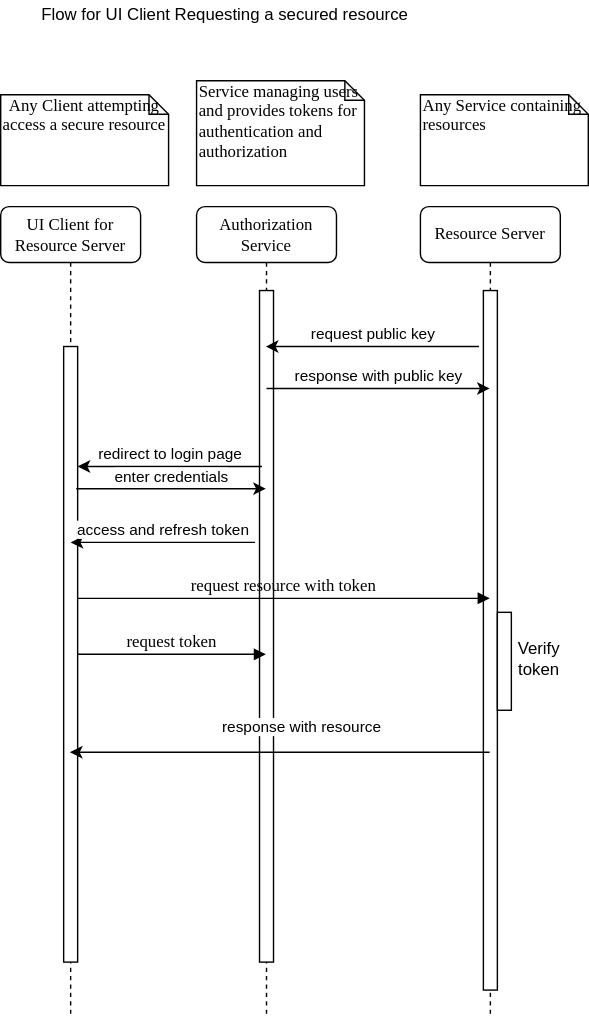
Above: images/AuthorizationServiceFlow.svg in opencarrentalproject/enduser-service (draw.io), before the change. Source tidied: cells renumbered, new cells last; positions are measured from the earlier drawing's top-left corner, leaving out a move shared by most shapes.
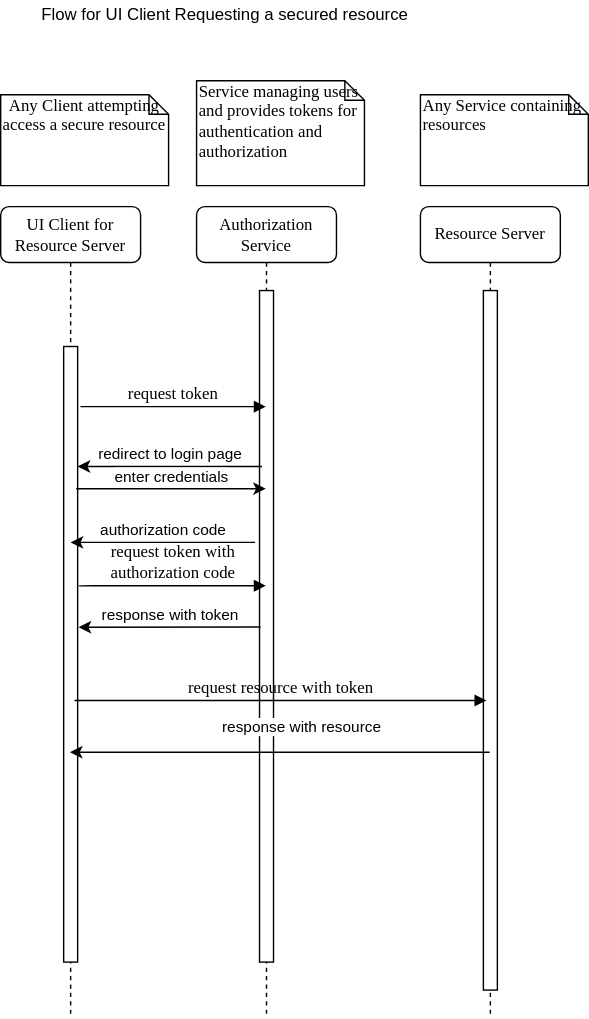
The same diagram one commit later.

The edit, as a diff of the source:
```diff
@@ -20,23 +20,20 @@
     <mxCell id="7" style="html=1;points=[];perimeter=orthogonalPerimeter;rounded=0;shadow=0;comic=0;labelBackgroundColor=none;strokeWidth=1;fontFamily=Verdana;fontSize=12;align=center;" parent="6" vertex="1">
       <mxGeometry x="45" y="100" width="10" height="440" as="geometry" />
     </mxCell>
-    <mxCell id="8" value="request resource with token" style="html=1;verticalAlign=bottom;endArrow=block;labelBackgroundColor=none;fontFamily=Verdana;fontSize=12;" parent="1" edge="1" source="7" target="4">
+    <mxCell id="8" value="request resource with token" style="html=1;verticalAlign=bottom;endArrow=block;labelBackgroundColor=none;fontFamily=Verdana;fontSize=12;" parent="1" edge="1">
       <mxGeometry relative="1" as="geometry">
+        <mxPoint x="52.8" y="500" as="sourcePoint" />
+        <mxPoint x="347.2" y="500" as="targetPoint" />
         <Array as="points">
-          <mxPoint x="70" y="427" />
+          <mxPoint x="67.8" y="500" />
         </Array>
       </mxGeometry>
     </mxCell>
-    <mxCell id="9" value="request token" style="html=1;verticalAlign=bottom;endArrow=block;labelBackgroundColor=none;fontFamily=Verdana;fontSize=12;edgeStyle=elbowEdgeStyle;elbow=vertical;" parent="1" edge="1" source="7" target="2">
+    <mxCell id="9" value="request token" style="html=1;verticalAlign=bottom;endArrow=block;labelBackgroundColor=none;fontFamily=Verdana;fontSize=12;edgeStyle=elbowEdgeStyle;elbow=vertical;" parent="1" edge="1" target="2">
       <mxGeometry relative="1" as="geometry">
-        <Array as="points">
-          <mxPoint x="150" y="287" />
-        </Array>
+        <mxPoint x="57" y="290" as="sourcePoint" />
       </mxGeometry>
     </mxCell>
-    <mxCell id="10" style="html=1;perimeter=orthogonalPerimeter;rounded=0;shadow=0;comic=0;labelBackgroundColor=none;strokeWidth=1;fontFamily=Verdana;fontSize=12;align=center;" parent="1" vertex="1">
-      <mxGeometry x="355" y="437" width="10" height="70" as="geometry" />
-    </mxCell>
     <mxCell id="11" value="Any Client attempting access a secure resource" style="shape=note;whiteSpace=wrap;html=1;size=14;verticalAlign=top;align=center;spacingTop=-6;rounded=0;shadow=0;comic=0;labelBackgroundColor=none;strokeWidth=1;fontFamily=Verdana;fontSize=12;" parent="1" vertex="1">
       <mxGeometry y="67" width="120" height="65" as="geometry" />
     </mxCell>
@@ -52,7 +49,7 @@
     <mxCell id="15" value="enter credentials" style="endArrow=classic;html=1;exitX=0.9;exitY=0.231;exitDx=0;exitDy=0;exitPerimeter=0;labelPosition=center;verticalLabelPosition=top;align=center;verticalAlign=bottom;" parent="1" edge="1" source="7" target="2">
       <mxGeometry relative="1" as="geometry" />
     </mxCell>
-    <mxCell id="16" value="access and refresh token" style="endArrow=classic;html=1;exitX=0.18;exitY=0.262;exitDx=0;exitDy=0;exitPerimeter=0;labelPosition=center;verticalLabelPosition=top;align=center;verticalAlign=bottom;" parent="1" edge="1">
+    <mxCell id="16" value="authorization code" style="endArrow=classic;html=1;exitX=0.18;exitY=0.262;exitDx=0;exitDy=0;exitPerimeter=0;labelPosition=center;verticalLabelPosition=top;align=center;verticalAlign=bottom;" parent="1" edge="1">
       <mxGeometry relative="1" as="geometry">
         <mxPoint x="181.8" y="387" as="sourcePoint" />
         <mxPoint x="50" y="387" as="targetPoint" />
@@ -68,18 +65,11 @@
     <mxCell id="18" value="Flow for UI Client Requesting a secured resource" style="text;html=1;align=center;verticalAlign=middle;" parent="1" vertex="1">
       <mxGeometry x="20" width="280" height="20" as="geometry" />
     </mxCell>
-    <mxCell id="19" value="request public key" style="endArrow=classic;html=1;exitX=0.18;exitY=0.262;exitDx=0;exitDy=0;exitPerimeter=0;labelPosition=center;verticalLabelPosition=top;align=center;verticalAlign=bottom;" parent="1" edge="1" target="2">
-      <mxGeometry relative="1" as="geometry">
-        <mxPoint x="341.8" y="247" as="sourcePoint" />
-      </mxGeometry>
-    </mxCell>
-    <mxCell id="20" value="response with public key" style="endArrow=classic;html=1;exitX=0.9;exitY=0.231;exitDx=0;exitDy=0;exitPerimeter=0;labelPosition=center;verticalLabelPosition=top;align=center;verticalAlign=bottom;" parent="1" edge="1" target="4">
-      <mxGeometry relative="1" as="geometry">
-        <mxPoint x="190" y="277" as="sourcePoint" />
-      </mxGeometry>
-    </mxCell>
-    <mxCell id="21" value="Verify token" style="text;html=1;strokeColor=none;fillColor=none;align=center;verticalAlign=middle;whiteSpace=wrap;rounded=0;" parent="1" vertex="1">
-      <mxGeometry x="365" y="460" width="40" height="20" as="geometry" />
-    </mxCell>
+    <mxCell id="22" value="request token with&lt;br&gt;authorization code" style="html=1;verticalAlign=bottom;endArrow=block;labelBackgroundColor=none;fontFamily=Verdana;fontSize=12;edgeStyle=elbowEdgeStyle;elbow=vertical;exitX=1.071;exitY=0.389;exitDx=0;exitDy=0;exitPerimeter=0;" parent="1" edge="1" source="7" target="2">
+      <mxGeometry relative="1" as="geometry" />
+    </mxCell>
+    <mxCell id="23" value="response with token" style="endArrow=classic;html=1;exitX=0.071;exitY=0.501;exitDx=0;exitDy=0;exitPerimeter=0;labelPosition=center;verticalLabelPosition=top;align=center;verticalAlign=bottom;entryX=1.071;entryY=0.456;entryDx=0;entryDy=0;entryPerimeter=0;" parent="1" edge="1" source="3" target="7">
+      <mxGeometry relative="1" as="geometry" />
+    </mxCell>
   </root>
 </mxGraphModel>
```
